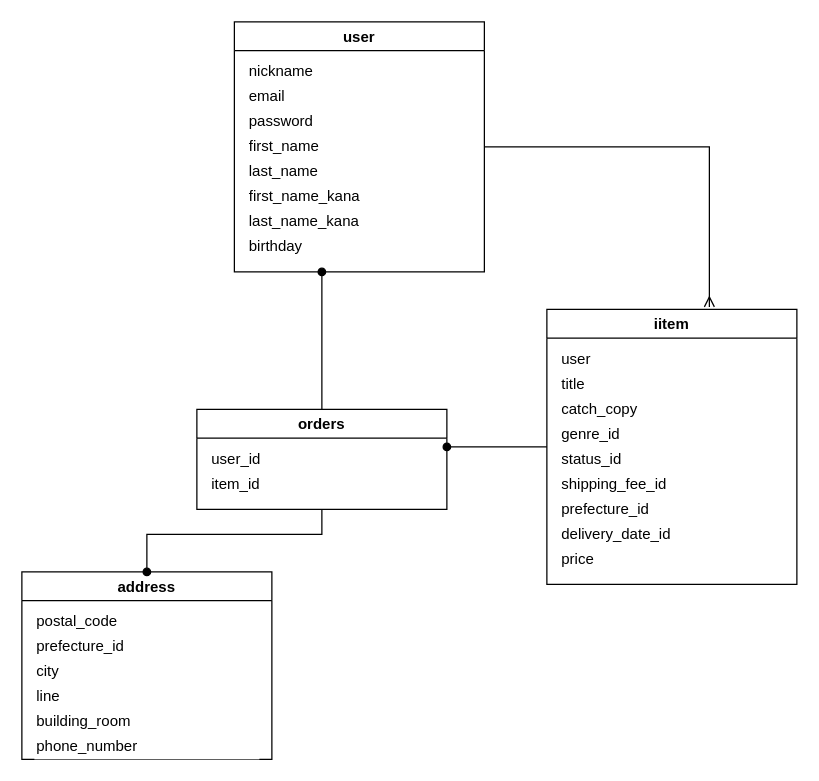
shirosan10/furima-30599 keeps this draw.io diagram as furima.dio. Above is the earlier version. Source tidied: cells renumbered, new cells numbered last; positions are measured from the earlier drawing's top-left corner, leaving out a move shared by most shapes. Both pictures are drawn from the tidied source at 125%, with x=0, y=0 at pixel (21, 21).
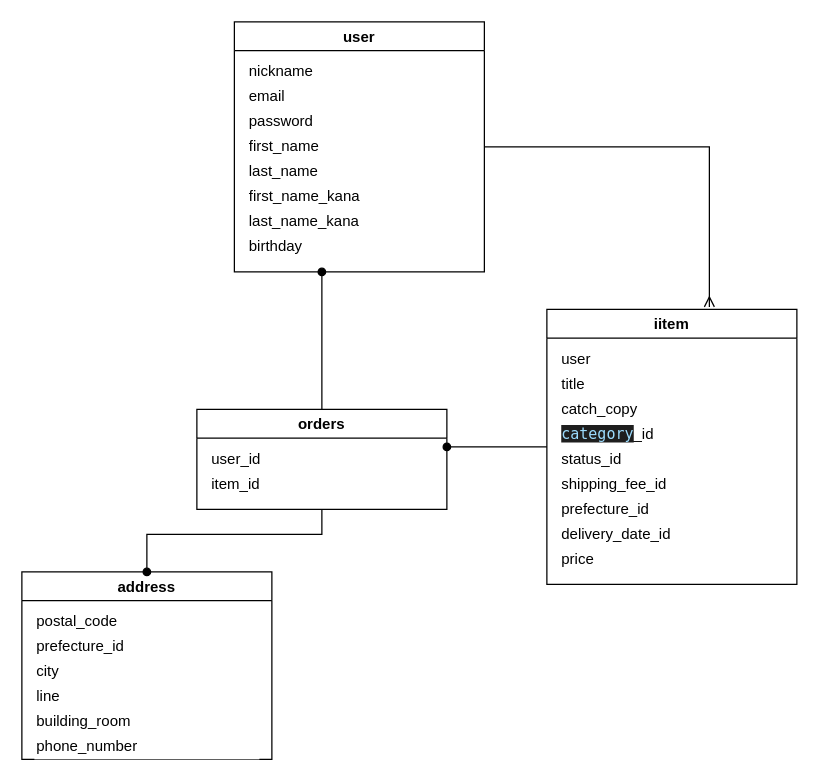
The same page after the edit.

The change refers to these unchanged cells:
```xml
<mxCell id="13" value="iitem" style="swimlane;align=center;" parent="1" vertex="1">
  <mxGeometry x="420" y="230" width="200" height="220" as="geometry" />
</mxCell>
```

The edit, as a diff of the source:
```diff
@@
-    <mxCell id="17" value="genre_id" style="whiteSpace=wrap;html=1;strokeColor=none;align=left;" parent="13" vertex="1">
+    <mxCell id="17" value="&lt;span style=&quot;color: rgb(156 , 220 , 254) ; background-color: rgb(30 , 30 , 30) ; font-family: &amp;#34;menlo&amp;#34; , &amp;#34;monaco&amp;#34; , &amp;#34;courier new&amp;#34; , monospace&quot;&gt;category&lt;/span&gt;_id" style="whiteSpace=wrap;html=1;strokeColor=none;align=left;" parent="13" vertex="1">
       <mxGeometry x="10" y="90" width="180" height="20" as="geometry" />
     </mxCell>
```
